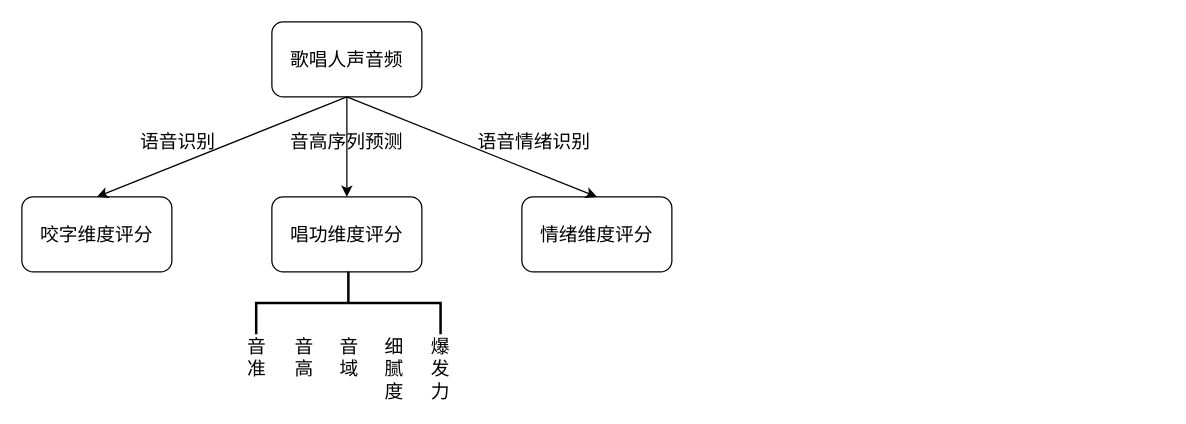
Before: 一种无参考的歌唱评价方法.drawio in Nian-Chen/drawio, a draw.io diagram. Source tidied: cells renumbered, new cells numbered last; positions are measured from the earlier drawing's top-left corner, leaving out a move shared by most shapes. Both pictures are drawn from the tidied source at 125%, with x=0, y=0 at pixel (21, 21).
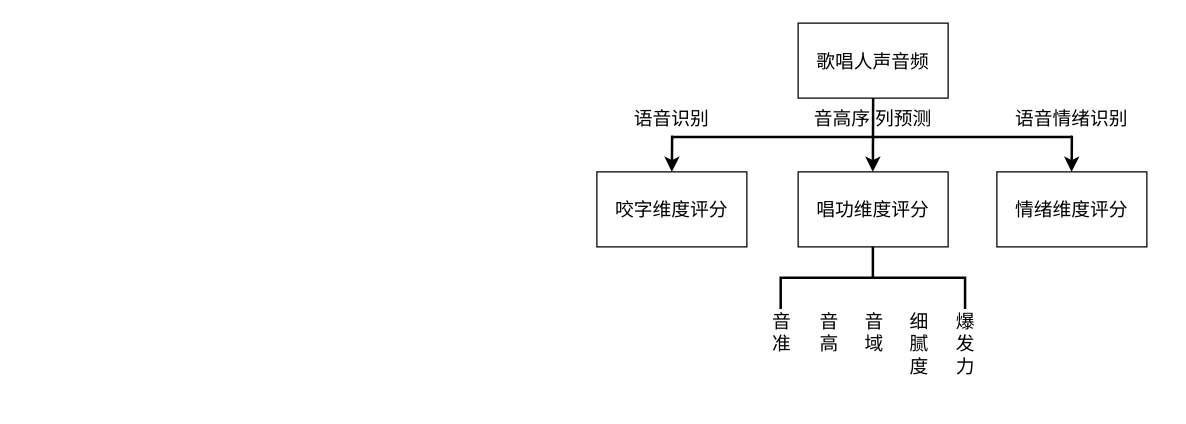
Above is the later version.

Commit message (it also covers changes not shown here):
更新一种无参考的歌唱评价方法.drawio

Diff of the diagram source:
```diff
@@
-    <mxCell id="2" style="edgeStyle=orthogonalEdgeStyle;rounded=0;jettySize=auto;html=1;entryX=0.5;entryY=0;entryDx=0;entryDy=0;" parent="1" edge="1" source="3" target="6">
-      <mxGeometry relative="1" as="geometry" />
-    </mxCell>
-    <mxCell id="3" value="歌唱人声音频" style="rounded=1;whiteSpace=wrap;html=1;fontSize=15;" parent="1" vertex="1">
-      <mxGeometry x="200" width="120" height="60" as="geometry" />
+    <mxCell id="3" value="歌唱人声音频" style="rounded=1;whiteSpace=wrap;html=1;fontSize=15;arcSize=0;" parent="1" vertex="1">
+      <mxGeometry x="621" y="1" width="120" height="60" as="geometry" />
     </mxCell>
-    <mxCell id="4" value="咬字维度评分" style="rounded=1;whiteSpace=wrap;html=1;fontSize=15;" parent="1" vertex="1">
-      <mxGeometry y="140" width="120" height="60" as="geometry" />
-    </mxCell>
-    <mxCell id="5" style="endArrow=classic;html=1;rounded=0;exitX=0.5;exitY=1;exitDx=0;exitDy=0;entryX=0.5;entryY=0;entryDx=0;entryDy=0;" parent="1" edge="1" source="3" target="4">
-      <mxGeometry relative="1" as="geometry" />
-    </mxCell>
-    <mxCell id="6" value="唱功维度评分" style="rounded=1;whiteSpace=wrap;html=1;fontSize=15;" parent="1" vertex="1">
-      <mxGeometry x="200" y="140" width="120" height="60" as="geometry" />
-    </mxCell>
-    <mxCell id="7" value="情绪维度评分" style="rounded=1;whiteSpace=wrap;html=1;fontSize=15;" parent="1" vertex="1">
-      <mxGeometry x="400" y="140" width="120" height="60" as="geometry" />
-    </mxCell>
-    <mxCell id="8" style="endArrow=classic;html=1;rounded=0;entryX=0.5;entryY=0;entryDx=0;entryDy=0;exitX=0.5;exitY=1;exitDx=0;exitDy=0;" parent="1" edge="1" source="3" target="7">
-      <mxGeometry relative="1" as="geometry" />
-    </mxCell>
-    <mxCell id="9" value="音高序列预测" style="text;html=1;align=center;verticalAlign=middle;whiteSpace=wrap;rounded=0;fontSize=15;" parent="1" vertex="1">
-      <mxGeometry x="185" y="80" width="150" height="30" as="geometry" />
+    <mxCell id="9" value="音高序 列预测" style="text;html=1;align=center;verticalAlign=middle;whiteSpace=wrap;rounded=0;fontSize=15;" parent="1" vertex="1">
+      <mxGeometry x="606" y="62" width="150" height="30" as="geometry" />
     </mxCell>
     <mxCell id="10" value="语音识别" style="text;html=1;align=center;verticalAlign=middle;whiteSpace=wrap;rounded=0;fontSize=15;" parent="1" vertex="1">
-      <mxGeometry x="50" y="80" width="150" height="30" as="geometry" />
+      <mxGeometry x="445" y="62" width="150" height="30" as="geometry" />
     </mxCell>
     <mxCell id="11" value="语音情绪识别" style="text;html=1;align=center;verticalAlign=middle;whiteSpace=wrap;rounded=0;strokeWidth=1;fontSize=15;" parent="1" vertex="1">
-      <mxGeometry x="335" y="80" width="150" height="30" as="geometry" />
+      <mxGeometry x="765" y="62" width="150" height="30" as="geometry" />
     </mxCell>
-    <mxCell id="12" style="strokeWidth=2;html=1;shape=mxgraph.flowchart.annotation_2;align=left;labelPosition=right;rotation=90;" parent="1" vertex="1">
-      <mxGeometry x="236.2" y="151.2" width="50" height="147.5" as="geometry" />
-    </mxCell>
+    <mxCell id="18" style="endArrow=none;html=1;rounded=0;strokeWidth=2;" parent="1" edge="1">
+      <mxGeometry relative="1" as="geometry">
+        <mxPoint x="520" y="92" as="sourcePoint" />
+        <mxPoint x="840" y="92" as="targetPoint" />
+      </mxGeometry>
+    </mxCell>
+    <mxCell id="4" value="咬字维度评分" style="rounded=1;whiteSpace=wrap;html=1;fontSize=15;arcSize=0;" parent="1" vertex="1">
+      <mxGeometry x="460" y="120" width="120" height="60" as="geometry" />
+    </mxCell>
+    <mxCell id="6" value="唱功维度评分" style="rounded=1;whiteSpace=wrap;html=1;fontSize=15;arcSize=0;" parent="1" vertex="1">
+      <mxGeometry x="621" y="120" width="120" height="60" as="geometry" />
+    </mxCell>
+    <mxCell id="7" value="情绪维度评分" style="rounded=1;whiteSpace=wrap;html=1;fontSize=15;arcSize=0;" parent="1" vertex="1">
+      <mxGeometry x="780" y="120" width="120" height="60" as="geometry" />
+    </mxCell>
+    <mxCell id="19" style="endArrow=classic;html=1;rounded=0;entryX=0.5;entryY=0;entryDx=0;entryDy=0;fontSize=11;strokeWidth=2;exitX=0.5;exitY=1;exitDx=0;exitDy=0;" parent="1" edge="1" source="3">
+      <mxGeometry relative="1" as="geometry">
+        <mxPoint x="680.8" y="120" as="targetPoint" />
+      </mxGeometry>
+    </mxCell>
+    <mxCell id="20" style="endArrow=classic;html=1;rounded=0;entryX=0.5;entryY=0;entryDx=0;entryDy=0;fontSize=11;strokeWidth=2;exitX=0.444;exitY=1.024;exitDx=0;exitDy=0;exitPerimeter=0;" parent="1" edge="1">
+      <mxGeometry relative="1" as="geometry">
+        <mxPoint x="520.2" y="91" as="sourcePoint" />
+        <mxPoint x="520" y="120" as="targetPoint" />
+      </mxGeometry>
+    </mxCell>
+    <mxCell id="21" style="endArrow=classic;html=1;rounded=0;entryX=0.5;entryY=0;entryDx=0;entryDy=0;fontSize=11;strokeWidth=2;exitX=0.444;exitY=1.024;exitDx=0;exitDy=0;exitPerimeter=0;" parent="1" edge="1">
+      <mxGeometry relative="1" as="geometry">
+        <mxPoint x="840" y="91" as="sourcePoint" />
+        <mxPoint x="839.8" y="120" as="targetPoint" />
+      </mxGeometry>
+    </mxCell>
+    <mxCell id="22" style="strokeWidth=2;html=1;shape=mxgraph.flowchart.annotation_2;align=left;labelPosition=right;rotation=90;" parent="1" vertex="1">
+      <mxGeometry x="655.8" y="131" width="50" height="147.5" as="geometry" />
+    </mxCell>
     <mxCell id="13" value="音准" style="text;html=1;align=center;verticalAlign=middle;whiteSpace=wrap;rounded=0;fontSize=15;" parent="1" vertex="1">
-      <mxGeometry x="183" y="253" width="10" height="30" as="geometry" />
+      <mxGeometry x="602.5" y="232.8" width="10" height="30" as="geometry" />
     </mxCell>
     <mxCell id="14" value="音高" style="text;html=1;align=center;verticalAlign=middle;whiteSpace=wrap;rounded=0;fontSize=15;" parent="1" vertex="1">
-      <mxGeometry x="221" y="253" width="10" height="30" as="geometry" />
+      <mxGeometry x="640.5" y="232.8" width="10" height="30" as="geometry" />
     </mxCell>
     <mxCell id="15" value="音域" style="text;html=1;align=center;verticalAlign=middle;whiteSpace=wrap;rounded=0;fontSize=15;" parent="1" vertex="1">
-      <mxGeometry x="257.2" y="253" width="10" height="30" as="geometry" />
+      <mxGeometry x="676.8" y="232.8" width="10" height="30" as="geometry" />
     </mxCell>
     <mxCell id="16" value="爆发力" style="text;html=1;align=center;verticalAlign=middle;whiteSpace=wrap;rounded=0;fontSize=15;" parent="1" vertex="1">
-      <mxGeometry x="330" y="262" width="10" height="30" as="geometry" />
+      <mxGeometry x="749.5" y="241.8" width="10" height="30" as="geometry" />
     </mxCell>
     <mxCell id="17" value="细腻度" style="text;html=1;align=center;verticalAlign=middle;whiteSpace=wrap;rounded=0;fontSize=15;" parent="1" vertex="1">
-      <mxGeometry x="293.2" y="262" width="10" height="30" as="geometry" />
+      <mxGeometry x="712.8" y="241.8" width="10" height="30" as="geometry" />
     </mxCell>
```
